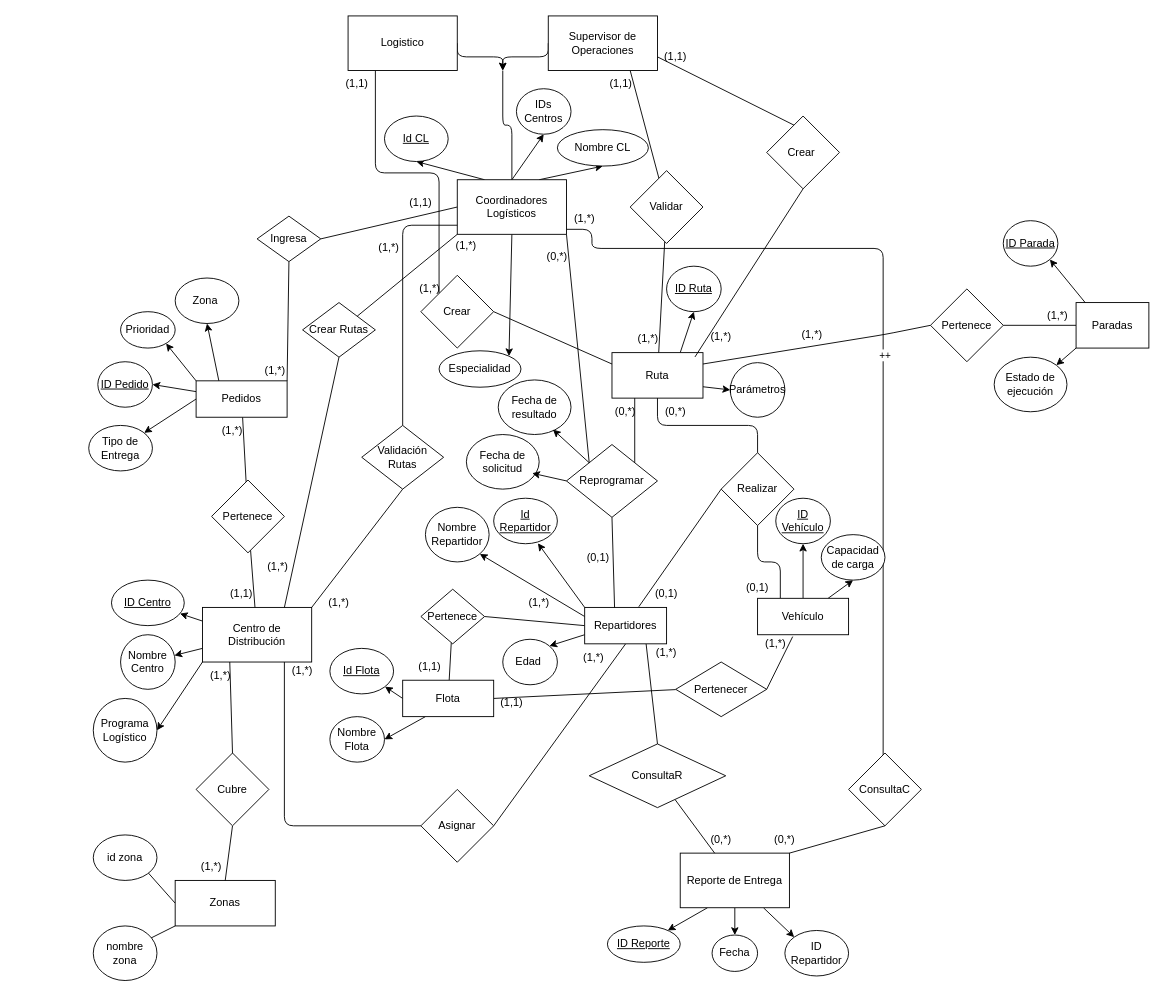
Above: MERX/merx.drawio in Jcyern/Management-for-the-automatic-generation-of-delivery-routes (draw.io), before the change. Source tidied: cells renumbered, new cells numbered last; positions are measured from the earlier drawing's top-left corner, leaving out a move shared by most shapes. Both pictures are drawn from the tidied source at 91%, with x=0, y=0 at pixel (88, 15).
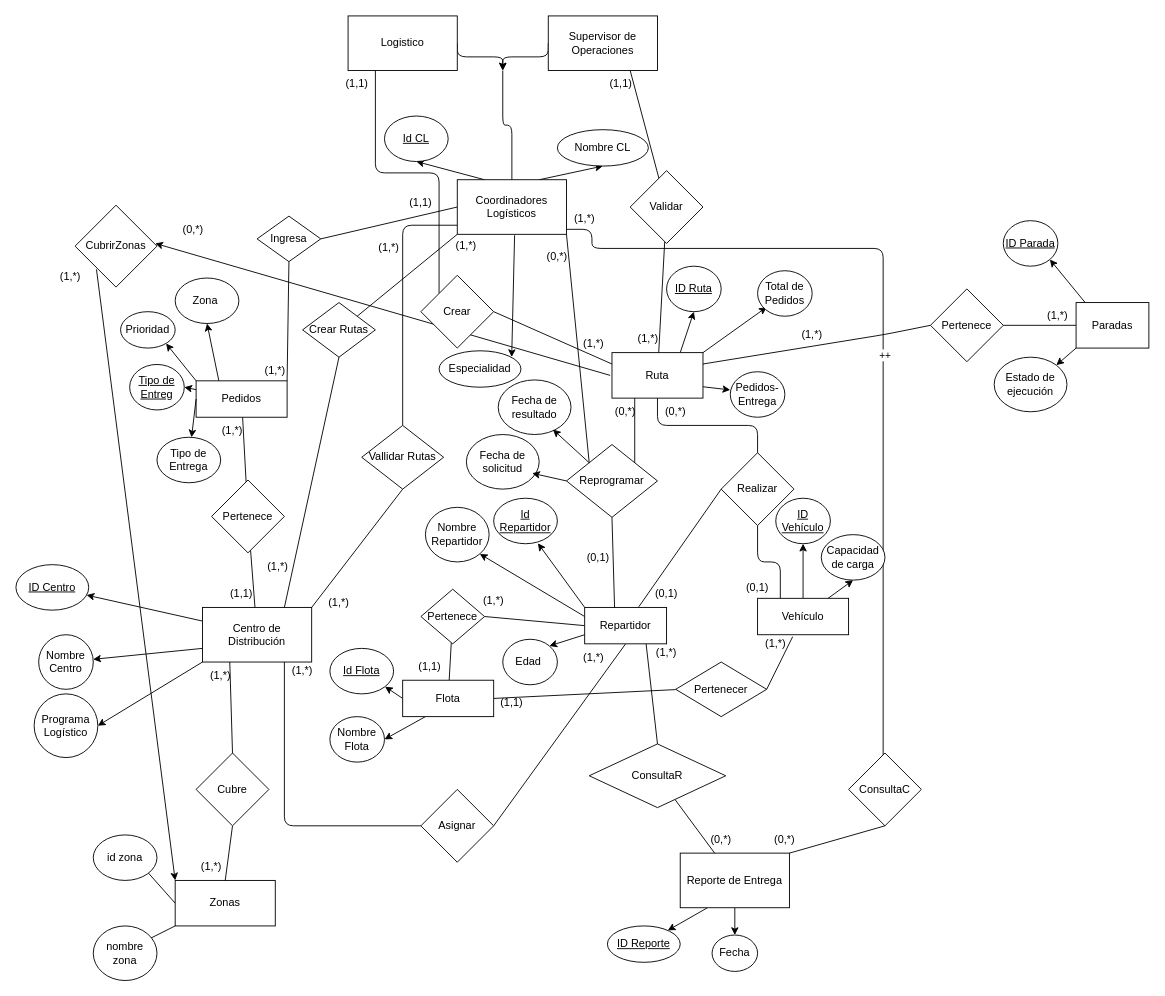
After the change.

Unchanged cells that the change refers to:
```xml
<mxCell id="20" value="Coordinadores Logísticos" style="whiteSpace=wrap;html=1;" parent="1" vertex="1">
  <mxGeometry x="405" y="180" width="120" height="60" as="geometry" />
</mxCell>
<mxCell id="30" value="Ruta" style="whiteSpace=wrap;html=1;" parent="1" vertex="1">
  <mxGeometry x="575" y="370" width="100" height="50" as="geometry" />
</mxCell>
<mxCell id="41" value="Supervisor de Operaciones" style="whiteSpace=wrap;html=1;" parent="1" vertex="1">
  <mxGeometry x="505" width="120" height="60" as="geometry" />
</mxCell>
<mxCell id="76" value="Reporte de Entrega" style="whiteSpace=wrap;html=1;" parent="1" vertex="1">
  <mxGeometry x="650" y="920" width="120" height="60" as="geometry" />
</mxCell>
<mxCell id="91" value="Especialidad" style="ellipse;whiteSpace=wrap;html=1;shapeInside=1;" parent="1" vertex="1">
  <mxGeometry x="385" y="368" width="90" height="40" as="geometry" />
</mxCell>
<mxCell id="97" value="Zonas" style="whiteSpace=wrap;html=1;" parent="1" vertex="1">
  <mxGeometry x="95" y="950" width="110" height="50" as="geometry" />
</mxCell>
```

Change to the diagram source:
```diff
@@
-    <mxCell id="17" style="edgeStyle=none;html=1;exitX=0.5;exitY=1;exitDx=0;exitDy=0;endArrow=classic;endFill=1;entryX=1;entryY=0;entryDx=0;entryDy=0;" parent="1" edge="1" source="20" target="91">
-      <mxGeometry relative="1" as="geometry" />
+    <mxCell id="17" style="edgeStyle=none;html=1;exitX=0.5;exitY=1;exitDx=0;exitDy=0;endArrow=classic;endFill=1;entryX=1;entryY=0;entryDx=0;entryDy=0;" parent="1" edge="1">
+      <mxGeometry relative="1" as="geometry">
+        <mxPoint x="468" y="241" as="sourcePoint" />
+        <mxPoint x="464.8" y="374.9" as="targetPoint" />
+      </mxGeometry>
     </mxCell>
@@
-    <mxCell id="19" style="edgeStyle=none;html=1;exitX=0.5;exitY=0;exitDx=0;exitDy=0;entryX=0.5;entryY=1;entryDx=0;entryDy=0;" parent="1" edge="1" source="20" target="108">
-      <mxGeometry relative="1" as="geometry" />
-    </mxCell>
@@
-    <mxCell id="27" value="Repartidores" style="whiteSpace=wrap;html=1;" parent="1" vertex="1">
+    <mxCell id="27" value="Repartidor" style="whiteSpace=wrap;html=1;" parent="1" vertex="1">
       <mxGeometry x="545" y="650" width="90" height="40" as="geometry" />
     </mxCell>
-    <mxCell id="28" style="edgeStyle=none;html=1;exitX=1;exitY=0.75;exitDx=0;exitDy=0;entryX=0;entryY=0.5;entryDx=0;entryDy=0;" parent="1" edge="1" source="30" target="107">
-      <mxGeometry relative="1" as="geometry" />
+    <mxCell id="28" style="edgeStyle=none;html=1;exitX=1;exitY=0.75;exitDx=0;exitDy=0;entryX=0;entryY=0.5;entryDx=0;entryDy=0;" parent="1" edge="1" source="30">
+      <mxGeometry relative="1" as="geometry">
+        <mxPoint x="705" y="411" as="targetPoint" />
+      </mxGeometry>
     </mxCell>
@@
+    <mxCell id="159" style="edgeStyle=none;html=1;exitX=0;exitY=0.5;exitDx=0;exitDy=0;" parent="1" edge="1">
+      <mxGeometry relative="1" as="geometry">
+        <mxPoint x="573" y="395" as="sourcePoint" />
+        <mxPoint x="73" y="250" as="targetPoint" />
+      </mxGeometry>
+    </mxCell>
+    <mxCell id="160" style="edgeStyle=none;html=1;exitX=1;exitY=0;exitDx=0;exitDy=0;" parent="1" edge="1" source="30">
+      <mxGeometry relative="1" as="geometry">
+        <mxPoint x="745" y="320" as="targetPoint" />
+      </mxGeometry>
+    </mxCell>
@@
-    <mxCell id="40" style="edgeStyle=none;html=1;exitX=1;exitY=0.75;exitDx=0;exitDy=0;endArrow=none;endFill=0;" parent="1" edge="1" source="41">
-      <mxGeometry relative="1" as="geometry">
-        <mxPoint x="775" y="120" as="targetPoint" />
-      </mxGeometry>
-    </mxCell>
@@
     <mxCell id="69" value="Tipo de Entrega" style="ellipse;whiteSpace=wrap;html=1;shapeInside=1;" parent="1" vertex="1">
-      <mxGeometry y="450" width="70" height="50" as="geometry" />
+      <mxGeometry x="75" y="463" width="70" height="50" as="geometry" />
     </mxCell>
@@
-    <mxCell id="75" style="edgeStyle=none;html=1;entryX=0;entryY=0;entryDx=0;entryDy=0;" parent="1" edge="1" source="76" target="111">
-      <mxGeometry relative="1" as="geometry" />
-    </mxCell>
@@
-    <mxCell id="84" value="Crear&amp;nbsp;" style="rhombus;whiteSpace=wrap;html=1;shapeInside=1;" parent="1" vertex="1">
-      <mxGeometry x="745" y="110" width="80" height="80" as="geometry" />
-    </mxCell>
-    <mxCell id="85" style="edgeStyle=none;html=1;exitX=0.5;exitY=1;exitDx=0;exitDy=0;entryX=0.912;entryY=0.095;entryDx=0;entryDy=0;entryPerimeter=0;endArrow=none;endFill=0;" parent="1" edge="1" source="84" target="30">
-      <mxGeometry relative="1" as="geometry" />
-    </mxCell>
     <mxCell id="86" value="ID Centro" style="ellipse;whiteSpace=wrap;html=1;shapeInside=1;fontStyle=4;horizontal=1;" parent="1" vertex="1">
-      <mxGeometry x="25" y="620" width="80" height="50" as="geometry" />
+      <mxGeometry x="-80" y="603" width="80" height="50" as="geometry" />
     </mxCell>
     <mxCell id="87" value="Nombre Centro" style="ellipse;whiteSpace=wrap;html=1;shapeInside=1;" parent="1" vertex="1">
-      <mxGeometry x="35" y="680" width="60" height="60" as="geometry" />
+      <mxGeometry x="-55" y="680" width="60" height="60" as="geometry" />
     </mxCell>
     <mxCell id="88" value="Programa Logístico" style="ellipse;whiteSpace=wrap;html=1;shapeInside=1;" parent="1" vertex="1">
-      <mxGeometry x="5" y="750" width="70" height="70" as="geometry" />
+      <mxGeometry x="-60" y="745" width="70" height="70" as="geometry" />
     </mxCell>
@@
-    <mxCell id="93" value="Validación&lt;div&gt;Rutas&lt;/div&gt;" style="rhombus;whiteSpace=wrap;html=1;shapeInside=1;" parent="1" vertex="1">
+    <mxCell id="93" value="Vallidar Rutas" style="rhombus;whiteSpace=wrap;html=1;shapeInside=1;" parent="1" vertex="1">
       <mxGeometry x="300" y="450" width="90" height="70" as="geometry" />
     </mxCell>
@@
-    <mxCell id="104" value="ID Pedido" style="ellipse;whiteSpace=wrap;html=1;shapeInside=1;fontStyle=4;" parent="1" vertex="1">
-      <mxGeometry x="10" y="380" width="60" height="50" as="geometry" />
+    <mxCell id="104" value="Tipo de Entreg" style="ellipse;whiteSpace=wrap;html=1;shapeInside=1;fontStyle=4;" parent="1" vertex="1">
+      <mxGeometry x="45" y="383" width="60" height="50" as="geometry" />
     </mxCell>
@@
-    <mxCell id="107" value="Parámetros" style="ellipse;whiteSpace=wrap;html=1;shapeInside=1;" parent="1" vertex="1">
-      <mxGeometry x="705" y="381" width="60" height="60" as="geometry" />
-    </mxCell>
-    <mxCell id="108" value="IDs Centros" style="ellipse;whiteSpace=wrap;html=1;shapeInside=1;" parent="1" vertex="1">
-      <mxGeometry x="470" y="80" width="60" height="50" as="geometry" />
-    </mxCell>
@@
-    <mxCell id="111" value="ID Repartidor" style="ellipse;whiteSpace=wrap;html=1;shapeInside=1;" parent="1" vertex="1">
-      <mxGeometry x="765" y="1005" width="70" height="50" as="geometry" />
-    </mxCell>
@@
     <mxCell id="121" value="(1,*)" style="text;html=1;whiteSpace=wrap;strokeColor=none;fillColor=none;align=center;verticalAlign=middle;rounded=0;" parent="1" vertex="1">
-      <mxGeometry x="465" y="630" width="60" height="30" as="geometry" />
+      <mxGeometry x="415" y="628" width="60" height="30" as="geometry" />
     </mxCell>
@@
     <mxCell id="136" value="(1,*)" style="text;html=1;whiteSpace=wrap;strokeColor=none;fillColor=none;align=center;verticalAlign=middle;rounded=0;" parent="1" vertex="1">
-      <mxGeometry x="345" y="285" width="60" height="30" as="geometry" />
+      <mxGeometry x="525" y="345" width="60" height="30" as="geometry" />
     </mxCell>
@@
-    <mxCell id="140" value="(1,1)" style="text;html=1;whiteSpace=wrap;strokeColor=none;fillColor=none;align=center;verticalAlign=middle;rounded=0;" parent="1" vertex="1">
-      <mxGeometry x="615" y="30" width="60" height="30" as="geometry" />
-    </mxCell>
-    <mxCell id="141" value="(1,*)" style="text;html=1;whiteSpace=wrap;strokeColor=none;fillColor=none;align=center;verticalAlign=middle;rounded=0;" parent="1" vertex="1">
-      <mxGeometry x="665" y="338" width="60" height="30" as="geometry" />
-    </mxCell>
@@
+    <mxCell id="161" style="edgeStyle=none;html=1;exitX=0;exitY=1;exitDx=0;exitDy=0;entryX=0;entryY=0;entryDx=0;entryDy=0;" parent="1" edge="1" target="97">
+      <mxGeometry relative="1" as="geometry">
+        <mxPoint x="8.5" y="278.5" as="sourcePoint" />
+      </mxGeometry>
+    </mxCell>
+    <mxCell id="162" value="CubrirZonas" style="rhombus;whiteSpace=wrap;html=1;shapeInside=1;" parent="1" vertex="1">
+      <mxGeometry x="-15" y="208" width="90" height="90" as="geometry" />
+    </mxCell>
+    <mxCell id="163" value="(0,*)" style="text;html=1;whiteSpace=wrap;strokeColor=none;fillColor=none;align=center;verticalAlign=middle;rounded=0;" parent="1" vertex="1">
+      <mxGeometry x="85" y="220" width="60" height="30" as="geometry" />
+    </mxCell>
+    <mxCell id="141" value="(1,*)" style="text;html=1;whiteSpace=wrap;strokeColor=none;fillColor=none;align=center;verticalAlign=middle;rounded=0;" parent="1" vertex="1">
+      <mxGeometry x="-50" y="272" width="60" height="30" as="geometry" />
+    </mxCell>
+    <mxCell id="164" value="Pedidos-Entrega" style="ellipse;whiteSpace=wrap;html=1;shapeInside=1;" parent="1" vertex="1">
+      <mxGeometry x="705" y="391" width="60" height="50" as="geometry" />
+    </mxCell>
+    <mxCell id="165" value="Total de Pedidos" style="ellipse;whiteSpace=wrap;html=1;shapeInside=1;" parent="1" vertex="1">
+      <mxGeometry x="735" y="280" width="60" height="50" as="geometry" />
+    </mxCell>
```
